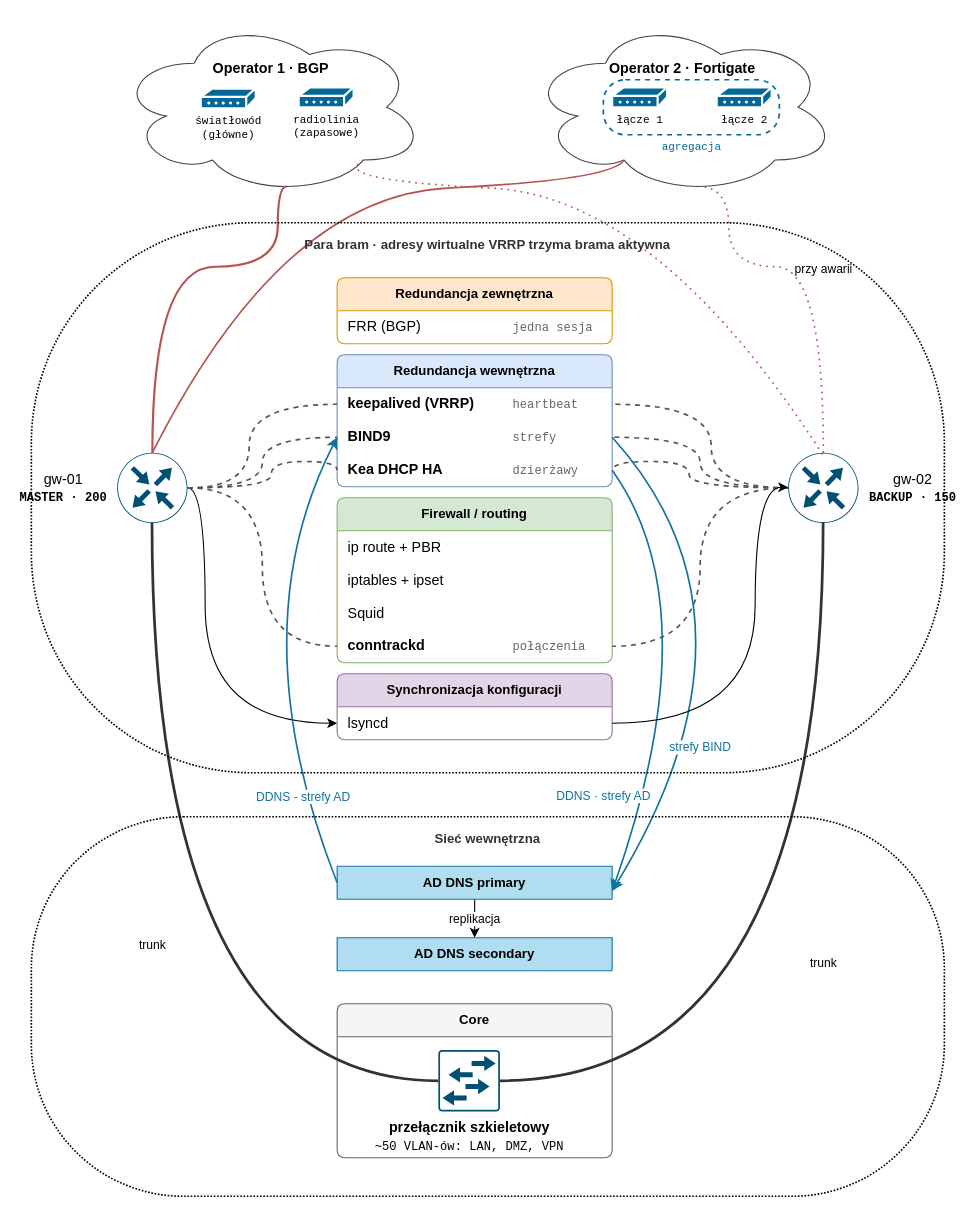
The draw.io diagram redundant-gateways-V3.drawio in BO-RU-TA/mysnippets, before the edit. Source tidied: cells renumbered, new cells numbered last; positions are measured from the earlier drawing's top-left corner, leaving out a move shared by most shapes. Both pictures are drawn from the tidied source at 110%, with x=0, y=0 at pixel (31, 19).
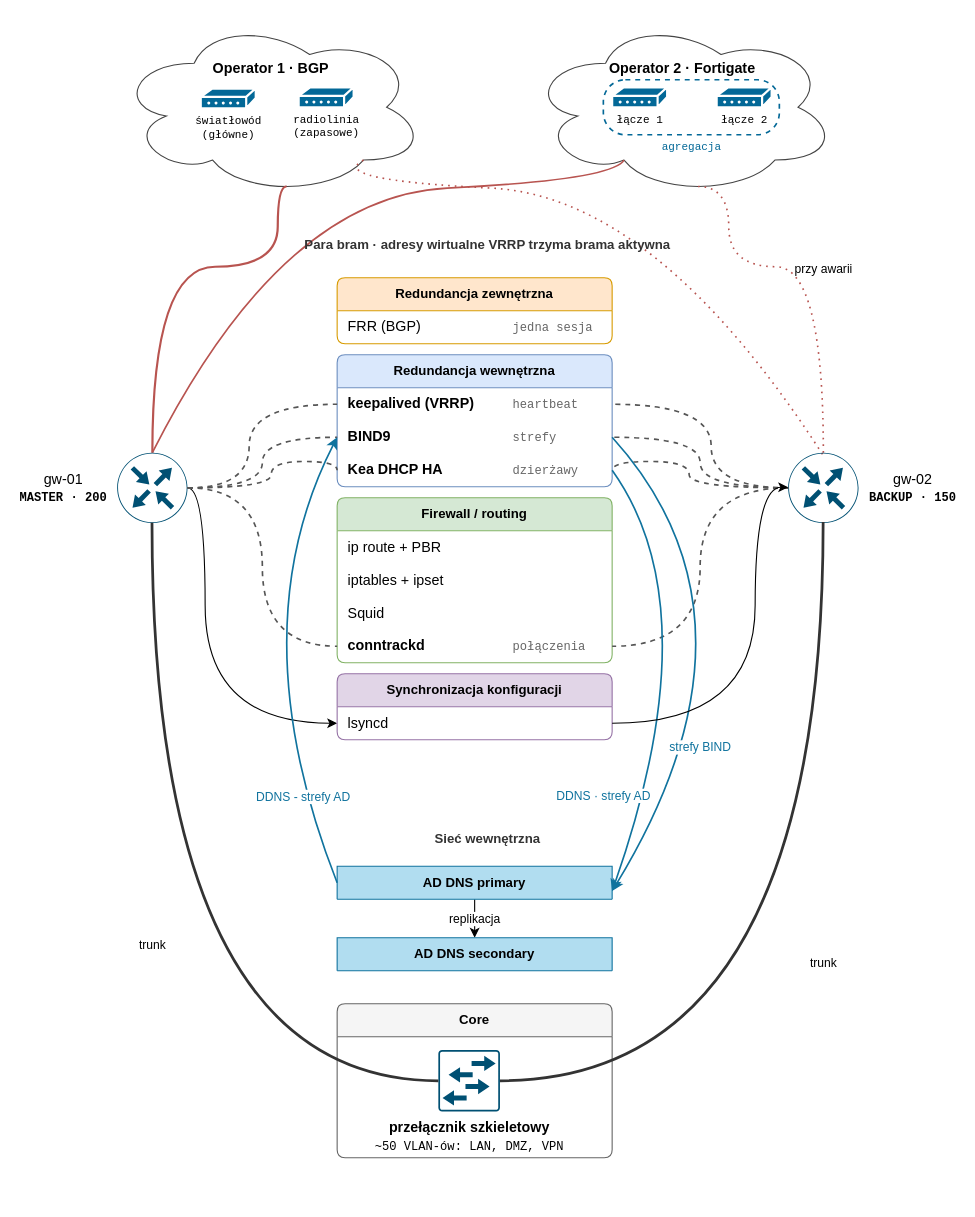
Above is the later version.

Commit message:
redundant-gateways-V3.drawio: drop zone borders, keep zone titles

The edit, as a diff of the source:
```diff
@@
-    <mxCell id="48" value="Sieć wewnętrzna" style="rounded=1;arcSize=40;html=1;fillColor=none;strokeColor=light-dark(#000000, #5cb3dc);dashed=1;strokeWidth=1.5;verticalAlign=top;fontSize=12;fontFamily=Helvetica;fontColor=#333333;spacingBottom=0;dashPattern=1 1;spacingTop=6;fontStyle=1;whiteSpace=wrap;" parent="1" vertex="1">
+    <mxCell id="48" value="Sieć wewnętrzna" style="rounded=1;arcSize=40;html=1;fillColor=none;strokeColor=none;dashed=1;strokeWidth=1.5;verticalAlign=top;fontSize=12;fontFamily=Helvetica;fontColor=#333333;spacingBottom=0;dashPattern=1 1;spacingTop=6;fontStyle=1;whiteSpace=wrap;" parent="1" vertex="1">
       <mxGeometry y="725" width="830" height="345" as="geometry" />
     </mxCell>
-    <mxCell id="49" value="Para bram · adresy wirtualne VRRP trzyma brama aktywna" style="rounded=1;arcSize=40;html=1;fillColor=none;strokeColor=light-dark(#000000, #5cb3dc);dashed=1;strokeWidth=1.5;verticalAlign=top;fontSize=12;fontFamily=Helvetica;fontColor=#333333;spacingBottom=0;dashPattern=1 1;roundedPerimeter=1;glass=0;shadow=0;multiple=0;spacingTop=6;fontStyle=1;whiteSpace=wrap;" parent="1" vertex="1">
+    <mxCell id="49" value="Para bram · adresy wirtualne VRRP trzyma brama aktywna" style="rounded=1;arcSize=40;html=1;fillColor=none;strokeColor=none;dashed=1;strokeWidth=1.5;verticalAlign=top;fontSize=12;fontFamily=Helvetica;fontColor=#333333;spacingBottom=0;dashPattern=1 1;roundedPerimeter=1;glass=0;shadow=0;multiple=0;spacingTop=6;fontStyle=1;whiteSpace=wrap;" parent="1" vertex="1">
       <mxGeometry y="185" width="830" height="500" as="geometry" />
     </mxCell>
```
